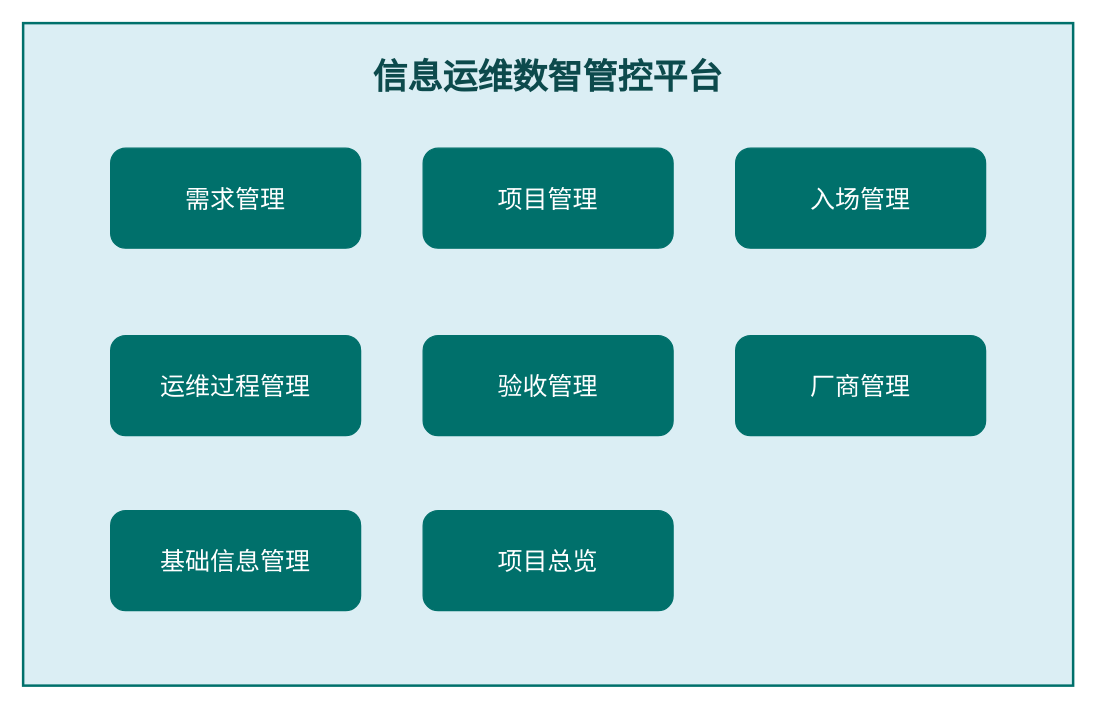
Before: 信息运维业务架构.drawio in diaosinanshen/draw, a draw.io diagram. Source tidied: cells renumbered, new cells numbered last; positions are measured from the earlier drawing's top-left corner, leaving out a move shared by most shapes. Both pictures are drawn from the tidied source at 125%, with x=0, y=0 at pixel (22, 22).
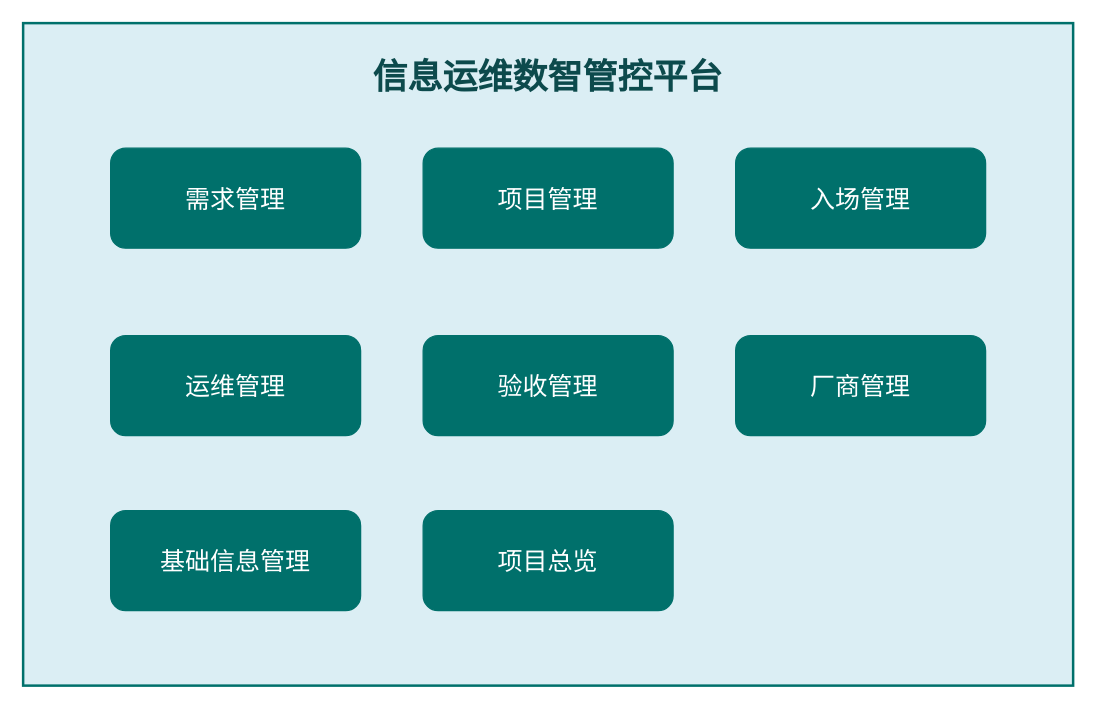
The same diagram, later.

Commit message:
更新信息运维业务架构.drawio

The edit, as a diff of the source:
```diff
@@
 <mxGraphModel>
   <root>
     <mxCell id="0" />
     <mxCell id="1" parent="0" />
     <mxCell id="2" value="信息运维数智管控平台" style="rounded=0;whiteSpace=wrap;html=1;verticalAlign=top;fontSize=28;spacingTop=20;strokeColor=#00706B;fillColor=#DBEEF4;fontColor=#0C4A4C;fontStyle=1;strokeWidth=2;" parent="1" vertex="1">
       <mxGeometry width="840" height="530" as="geometry" />
     </mxCell>
     <mxCell id="3" value="需求管理" style="rounded=1;whiteSpace=wrap;html=1;fillColor=#00706B;fontColor=#FFFFFF;fontSize=20;strokeColor=#00706B;fontStyle=0;" parent="1" vertex="1">
       <mxGeometry x="70" y="100" width="200" height="80" as="geometry" />
     </mxCell>
     <mxCell id="4" value="项目管理" style="rounded=1;whiteSpace=wrap;html=1;fillColor=#00706B;fontColor=#FFFFFF;fontSize=20;strokeColor=#00706B;fontStyle=0;" parent="1" vertex="1">
       <mxGeometry x="320" y="100" width="200" height="80" as="geometry" />
     </mxCell>
     <mxCell id="5" value="入场管理" style="rounded=1;whiteSpace=wrap;html=1;fillColor=#00706B;fontColor=#FFFFFF;fontSize=20;strokeColor=#00706B;fontStyle=0;" parent="1" vertex="1">
       <mxGeometry x="570" y="100" width="200" height="80" as="geometry" />
     </mxCell>
-    <mxCell id="6" value="运维过程管理" style="rounded=1;whiteSpace=wrap;html=1;fillColor=#00706B;fontColor=#FFFFFF;fontSize=20;strokeColor=#00706B;fontStyle=0;" parent="1" vertex="1">
+    <mxCell id="6" value="运维管理" style="rounded=1;whiteSpace=wrap;html=1;fillColor=#00706B;fontColor=#FFFFFF;fontSize=20;strokeColor=#00706B;fontStyle=0;" parent="1" vertex="1">
       <mxGeometry x="70" y="250" width="200" height="80" as="geometry" />
     </mxCell>
     <mxCell id="7" value="验收管理" style="rounded=1;whiteSpace=wrap;html=1;fillColor=#00706B;fontColor=#FFFFFF;fontSize=20;strokeColor=#00706B;fontStyle=0;" parent="1" vertex="1">
       <mxGeometry x="320" y="250" width="200" height="80" as="geometry" />
     </mxCell>
     <mxCell id="8" value="项目总览" style="rounded=1;whiteSpace=wrap;html=1;fillColor=#00706B;fontColor=#FFFFFF;fontSize=20;strokeColor=#00706B;fontStyle=0;" parent="1" vertex="1">
       <mxGeometry x="320" y="390" width="200" height="80" as="geometry" />
     </mxCell>
     <mxCell id="9" value="厂商管理" style="rounded=1;whiteSpace=wrap;html=1;fillColor=#00706B;fontColor=#FFFFFF;fontSize=20;strokeColor=#00706B;fontStyle=0;" parent="1" vertex="1">
       <mxGeometry x="570" y="250" width="200" height="80" as="geometry" />
     </mxCell>
     <mxCell id="10" value="基础信息管理" style="rounded=1;whiteSpace=wrap;html=1;fillColor=#00706B;fontColor=#FFFFFF;fontSize=20;strokeColor=#00706B;fontStyle=0;" parent="1" vertex="1">
       <mxGeometry x="70" y="390" width="200" height="80" as="geometry" />
     </mxCell>
   </root>
 </mxGraphModel>
```
